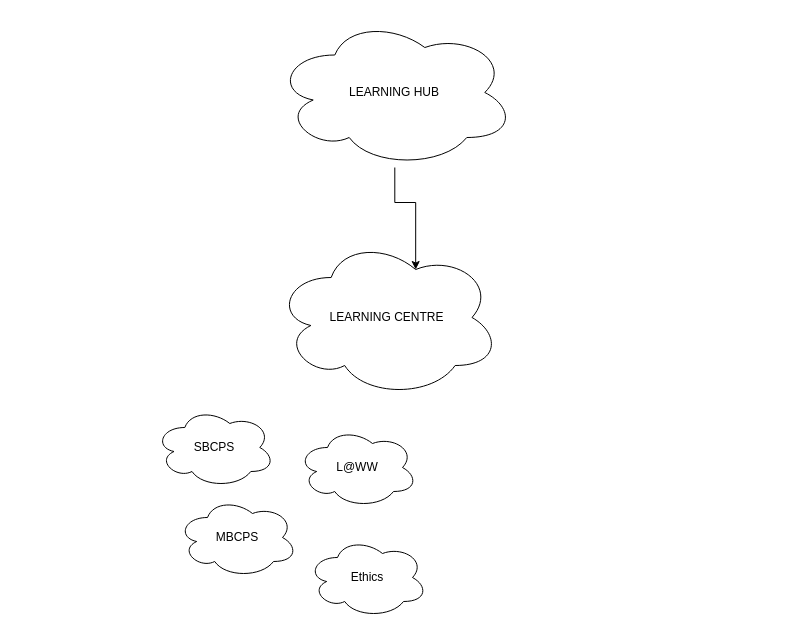
The draw.io diagram LearningCentreNetwork.drawio in allanhaggett/learning-centre-network, before the edit. Source tidied: cells renumbered, new cells numbered last; positions are measured from the earlier drawing's top-left corner, leaving out a move shared by most shapes. Both pictures are drawn from the tidied source at 100%, with x=0, y=0 at pixel (154, 17).
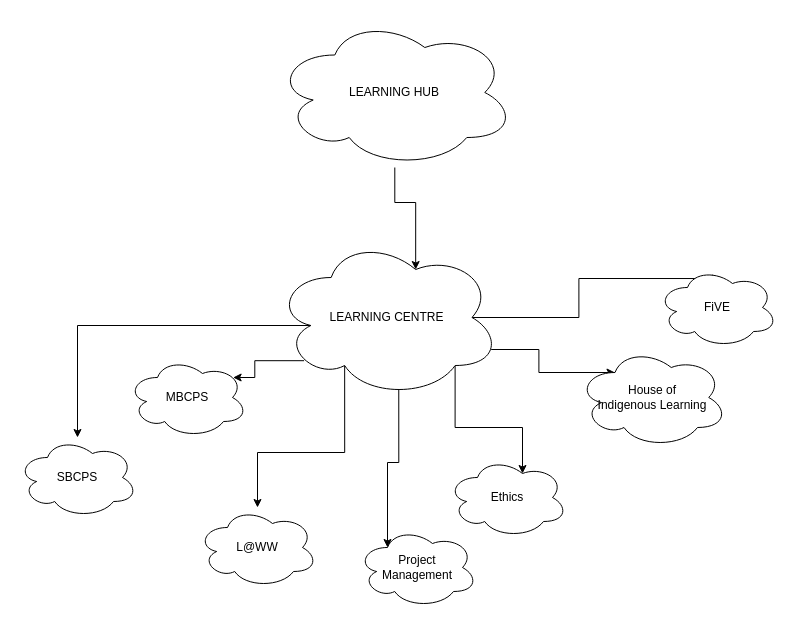
The same diagram, later.

Commit message:
Get all sites mapped and connected

Change to the diagram source:
```diff
@@
 <mxGraphModel>
   <root>
     <mxCell id="0" />
     <mxCell id="1" parent="0" />
     <mxCell id="2" style="edgeStyle=orthogonalEdgeStyle;rounded=0;jettySize=auto;html=1;entryX=0.625;entryY=0.2;entryDx=0;entryDy=0;entryPerimeter=0;" parent="1" edge="1" source="3" target="4">
       <mxGeometry relative="1" as="geometry" />
     </mxCell>
     <mxCell id="3" value="LEARNING HUB" style="ellipse;shape=cloud;whiteSpace=wrap;html=1;" parent="1" vertex="1">
       <mxGeometry x="120.3" width="240" height="150" as="geometry" />
     </mxCell>
+    <mxCell id="9" style="edgeStyle=orthogonalEdgeStyle;rounded=0;jettySize=auto;html=1;exitX=0.16;exitY=0.55;exitDx=0;exitDy=0;exitPerimeter=0;" parent="1" edge="1" source="4" target="5">
+      <mxGeometry relative="1" as="geometry" />
+    </mxCell>
+    <mxCell id="10" style="edgeStyle=orthogonalEdgeStyle;rounded=0;jettySize=auto;html=1;exitX=0.13;exitY=0.77;exitDx=0;exitDy=0;exitPerimeter=0;entryX=0.88;entryY=0.25;entryDx=0;entryDy=0;entryPerimeter=0;" parent="1" edge="1" source="4" target="6">
+      <mxGeometry relative="1" as="geometry" />
+    </mxCell>
+    <mxCell id="11" style="edgeStyle=orthogonalEdgeStyle;rounded=0;jettySize=auto;html=1;exitX=0.31;exitY=0.8;exitDx=0;exitDy=0;exitPerimeter=0;" parent="1" edge="1" source="4" target="7">
+      <mxGeometry relative="1" as="geometry" />
+    </mxCell>
+    <mxCell id="12" style="edgeStyle=orthogonalEdgeStyle;rounded=0;jettySize=auto;html=1;exitX=0.8;exitY=0.8;exitDx=0;exitDy=0;exitPerimeter=0;entryX=0.625;entryY=0.2;entryDx=0;entryDy=0;entryPerimeter=0;" parent="1" edge="1" source="4" target="8">
+      <mxGeometry relative="1" as="geometry" />
+    </mxCell>
+    <mxCell id="13" style="edgeStyle=orthogonalEdgeStyle;rounded=0;jettySize=auto;html=1;exitX=0.875;exitY=0.5;exitDx=0;exitDy=0;exitPerimeter=0;entryX=0.525;entryY=0.138;entryDx=0;entryDy=0;entryPerimeter=0;" parent="1" edge="1" source="4" target="17">
+      <mxGeometry relative="1" as="geometry" />
+    </mxCell>
+    <mxCell id="14" style="edgeStyle=orthogonalEdgeStyle;rounded=0;jettySize=auto;html=1;exitX=0.55;exitY=0.95;exitDx=0;exitDy=0;exitPerimeter=0;entryX=0.25;entryY=0.25;entryDx=0;entryDy=0;entryPerimeter=0;" parent="1" edge="1" source="4" target="18">
+      <mxGeometry relative="1" as="geometry" />
+    </mxCell>
+    <mxCell id="15" style="edgeStyle=orthogonalEdgeStyle;rounded=0;jettySize=auto;html=1;exitX=0.96;exitY=0.7;exitDx=0;exitDy=0;exitPerimeter=0;entryX=0.25;entryY=0.25;entryDx=0;entryDy=0;entryPerimeter=0;" parent="1" edge="1" source="4" target="16">
+      <mxGeometry relative="1" as="geometry" />
+    </mxCell>
     <mxCell id="4" value="LEARNING CENTRE" style="ellipse;shape=cloud;whiteSpace=wrap;html=1;" parent="1" vertex="1">
       <mxGeometry x="120.3" y="220" width="225.4" height="160" as="geometry" />
     </mxCell>
     <mxCell id="5" value="SBCPS" style="ellipse;shape=cloud;whiteSpace=wrap;html=1;" parent="1" vertex="1">
-      <mxGeometry x="0.3" y="390" width="120" height="80" as="geometry" />
+      <mxGeometry x="-137" y="420" width="120" height="80" as="geometry" />
     </mxCell>
     <mxCell id="6" value="MBCPS" style="ellipse;shape=cloud;whiteSpace=wrap;html=1;" parent="1" vertex="1">
-      <mxGeometry x="23" y="480" width="120" height="80" as="geometry" />
+      <mxGeometry x="-27" y="340" width="120" height="80" as="geometry" />
     </mxCell>
     <mxCell id="7" value="L@WW" style="ellipse;shape=cloud;whiteSpace=wrap;html=1;" parent="1" vertex="1">
-      <mxGeometry x="143" y="410" width="120" height="80" as="geometry" />
+      <mxGeometry x="43" y="490" width="120" height="80" as="geometry" />
     </mxCell>
     <mxCell id="8" value="Ethics" style="ellipse;shape=cloud;whiteSpace=wrap;html=1;" parent="1" vertex="1">
-      <mxGeometry x="153" y="520" width="120" height="80" as="geometry" />
+      <mxGeometry x="293" y="440" width="120" height="80" as="geometry" />
     </mxCell>
+    <mxCell id="16" value="&lt;div&gt;House of &lt;br&gt;&lt;/div&gt;&lt;div&gt;Indigenous Learning&lt;/div&gt;" style="ellipse;shape=cloud;whiteSpace=wrap;html=1;" parent="1" vertex="1">
+      <mxGeometry x="423" y="330" width="150" height="100" as="geometry" />
+    </mxCell>
+    <mxCell id="17" value="FiVE" style="ellipse;shape=cloud;whiteSpace=wrap;html=1;" parent="1" vertex="1">
+      <mxGeometry x="503" y="250" width="120" height="80" as="geometry" />
+    </mxCell>
+    <mxCell id="18" value="&lt;div&gt;Project &lt;br&gt;&lt;/div&gt;&lt;div&gt;Management&lt;/div&gt;" style="ellipse;shape=cloud;whiteSpace=wrap;html=1;" parent="1" vertex="1">
+      <mxGeometry x="203" y="510" width="120" height="80" as="geometry" />
+    </mxCell>
   </root>
 </mxGraphModel>
```
